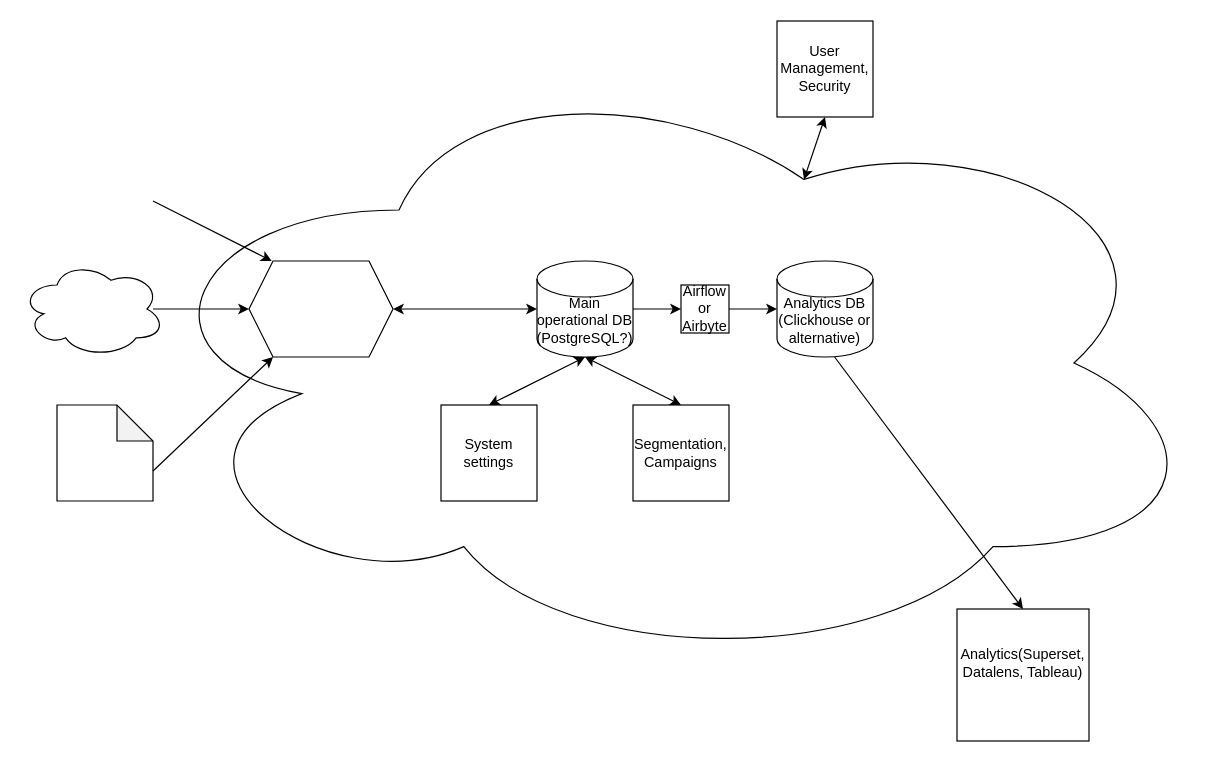
Above: Диаграмма без названия.drawio in olbask/cdp_prod_idea (draw.io), before the change. Source tidied: cells renumbered, new cells numbered last; positions are measured from the earlier drawing's top-left corner, leaving out a move shared by most shapes. Both pictures are drawn from the tidied source at 120%, with x=0, y=0 at pixel (20, 20).
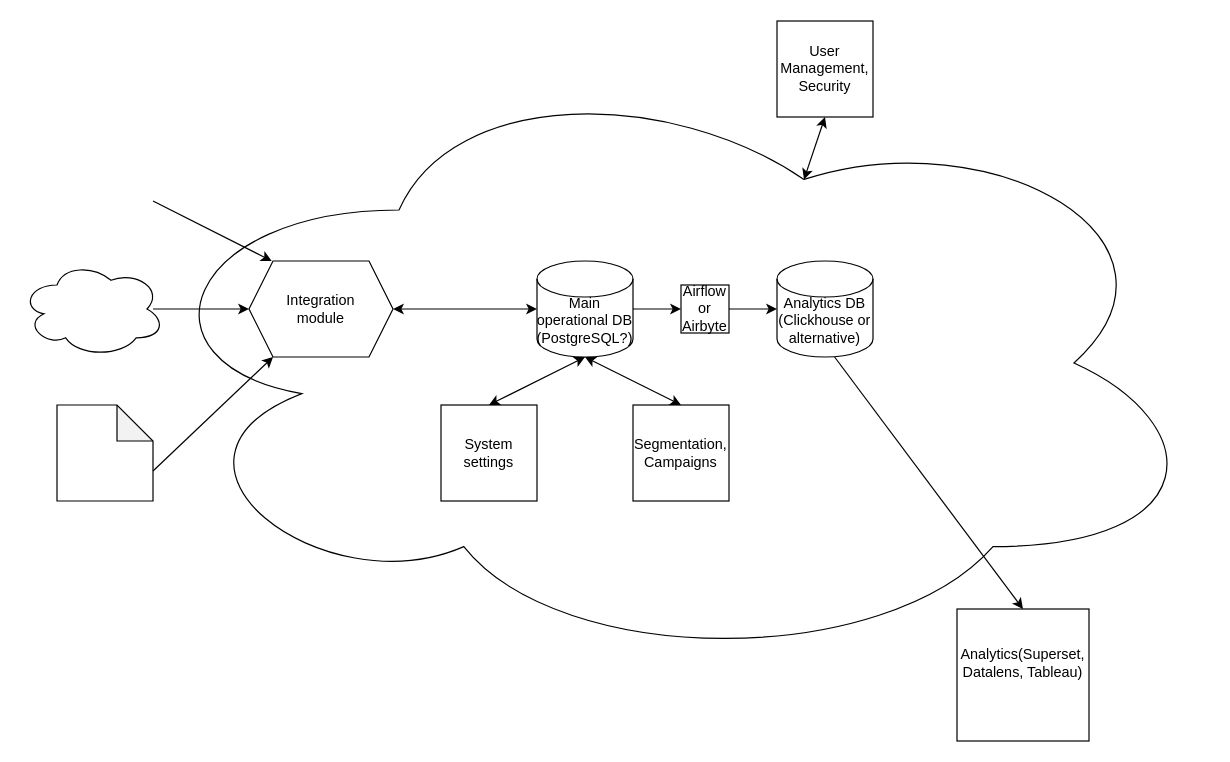
The same page after the edit.

The edit, as a diff of the source:
```diff
@@
+    <mxCell id="29" value="Integration module" style="text;html=1;strokeColor=none;fillColor=none;align=center;verticalAlign=middle;whiteSpace=wrap;rounded=0;" parent="1" vertex="1">
+      <mxGeometry x="220" y="225" width="60" height="30" as="geometry" />
+    </mxCell>
```
